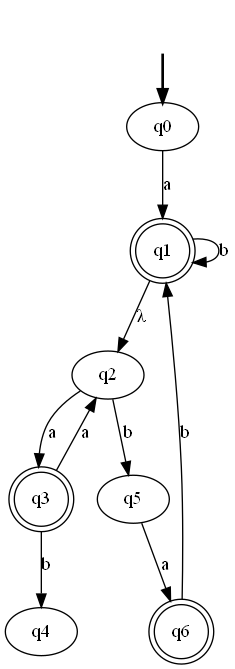
Earlier version of the Graphviz export Outputs/file2.gv.png (MohammadMahdiJavid/TLA_FSM). Its source is kept beside it as Outputs/file2.gv.
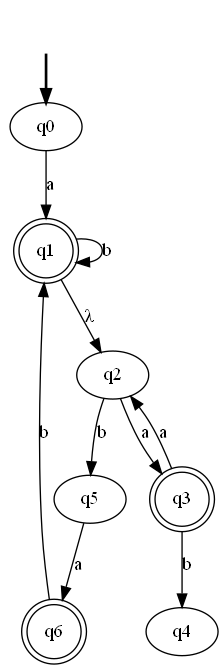
Later version of the same file.

What changed in the source:
```diff
@@ -1,12 +1,12 @@
 digraph {
 	fake0 [style=invisible]
+	q4
+	q6 [shape=doublecircle]
+	q0 [root=true]
+	q2
+	q5
+	q3 [shape=doublecircle]
 	q1 [shape=doublecircle]
-	q2
-	q6 [shape=doublecircle]
-	q4
-	q0 [root=true]
-	q3 [shape=doublecircle]
-	q5
 	fake0 -> q0 [style=bold]
 	q0 -> q1 [label=a]
 	q1 -> q1 [label=b]
```
